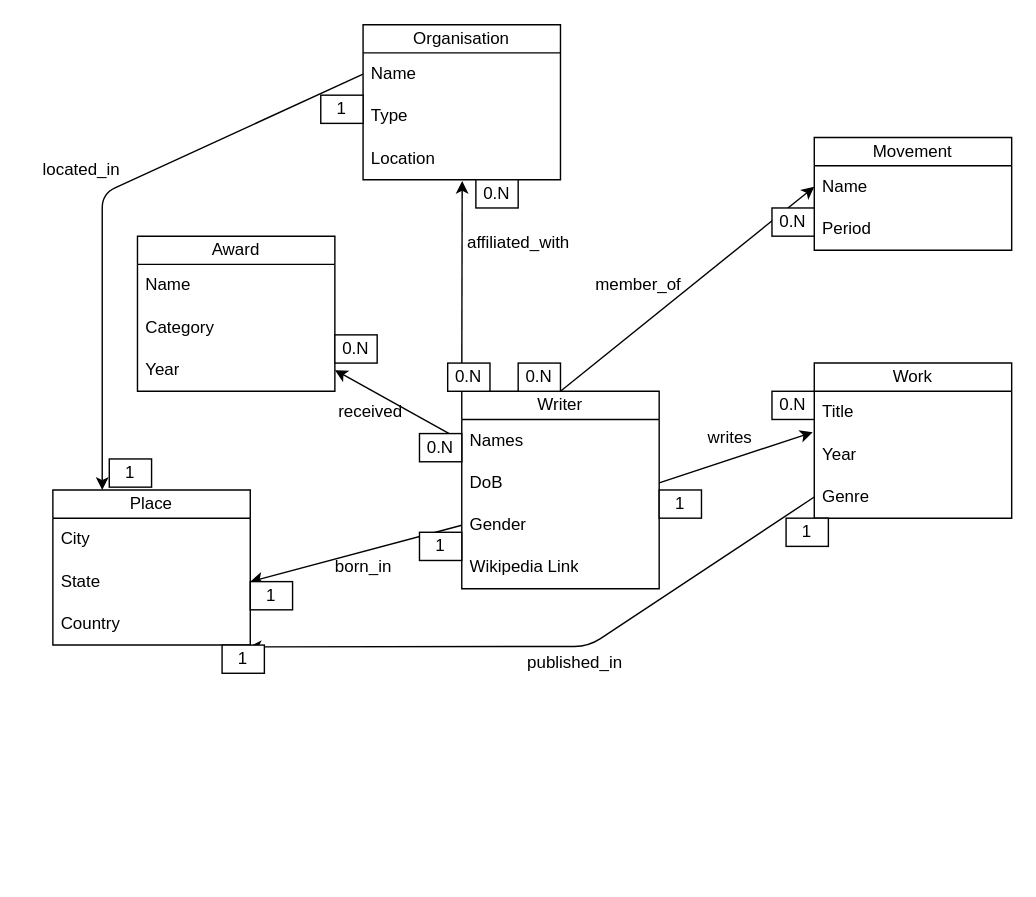
Before: page "AfricanAmericanWriters" (1 of 2) of MCD_AfAm.drawio in janaama/AfricanAmericanLit, a draw.io diagram. Source tidied: cells renumbered, new cells numbered last; positions are measured from the earlier drawing's top-left corner, leaving out a move shared by most shapes. Both pictures are drawn from the tidied source at 141%, with x=0, y=0 at pixel (24, 24).
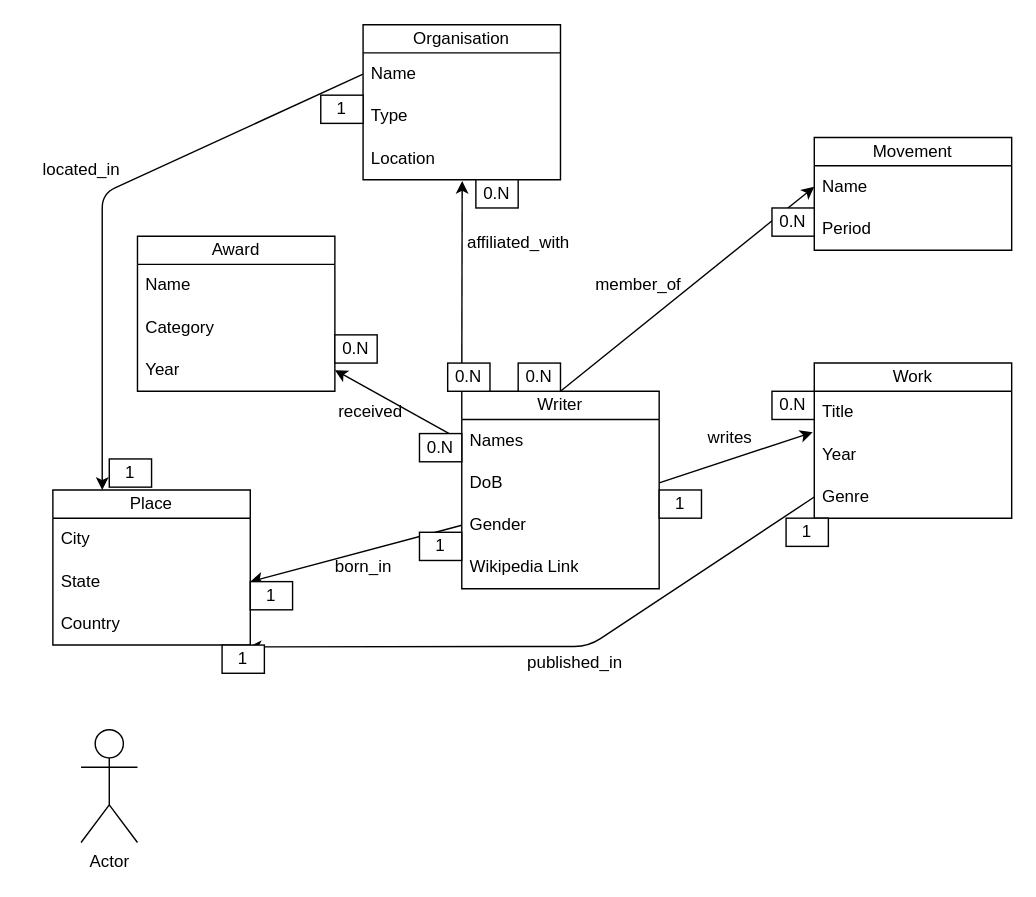
The same diagram, later.

Commit message:
not sure what changed but something in MCD_AfAm

What changed in the source:
```diff
@@
+    <mxCell id="54" value="Actor" style="shape=umlActor;verticalLabelPosition=bottom;verticalAlign=top;html=1;" parent="1" vertex="1">
+      <mxGeometry x="40" y="500" width="40" height="80" as="geometry" />
+    </mxCell>
```
